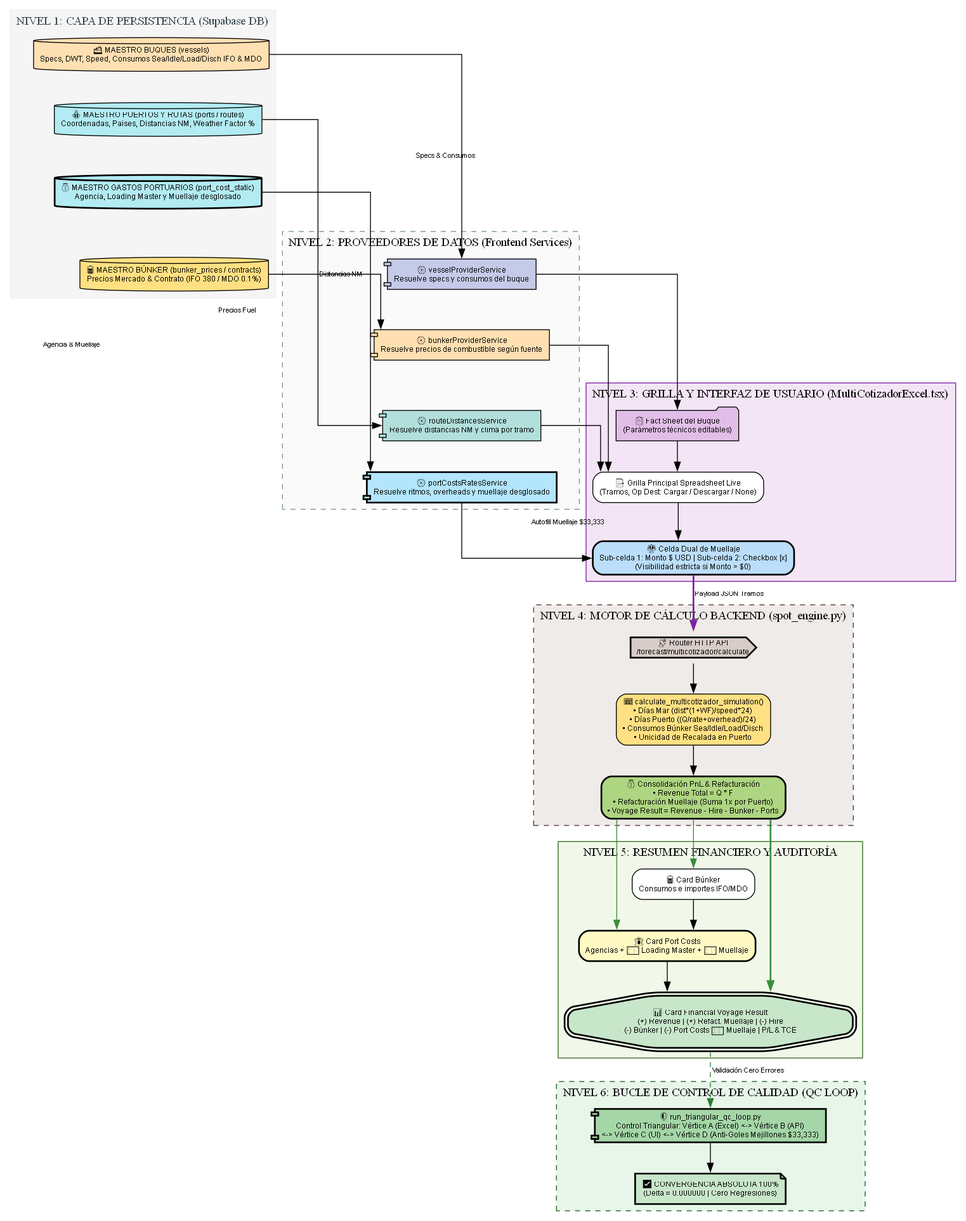
The Graphviz diagram Desarrollo.Profesional/Obsidian.Refactorizacion.Multicotizador/FLUJOGRAMA_Arquitectura_Multicotizador_V1.png in RichGutz/PETRAL.SMART.DASHBOARD, before a commit. Its source is kept beside it as Desarrollo.Profesional/Obsidian.Refactorizacion.Multicotizador/FLUJOGRAMA_Arquitectura_Multicotizador_V1.dot.
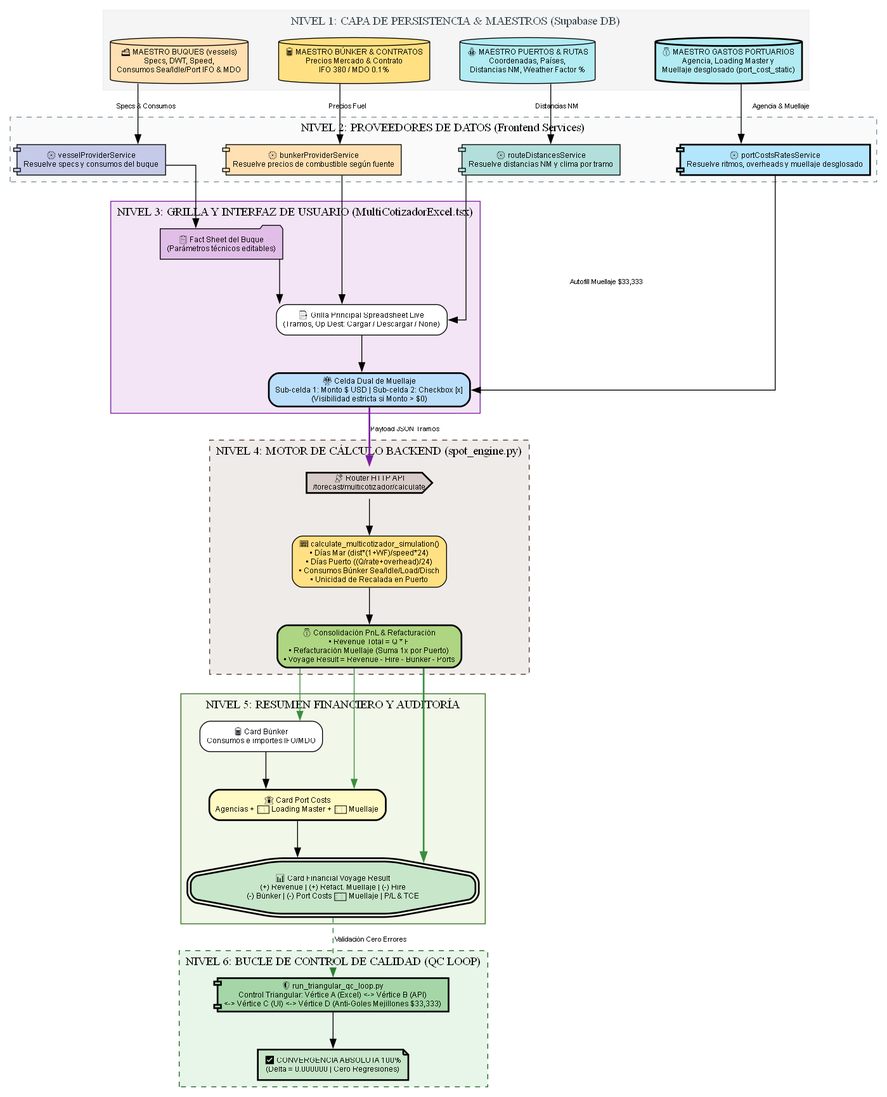
Later version of the same file.

Commit message:
docs(architecture): formatear Nivel 1 (Persistencia DB) y Nivel 2 en filas horizontales alineadas (rank=same)

What changed in the source:
```diff
@@ -1,23 +1,25 @@
 digraph MulticotizadorCascadeV1 {
     rankdir=TB;
     splines=ortho;
-    nodesep=0.4;
-    ranksep=0.5;
+    nodesep=0.5;
+    ranksep=0.6;
 
     node [shape=box, style="filled,rounded", fontname="Arial", fontsize=9];
     edge [fontname="Arial", fontsize=8];
 
     # ==========================================
-    #  NIVEL 1: CAPA DE PERSISTENCIA (DATOS FUENTE)
+    #  NIVEL 1: CAPA DE PERSISTENCIA (FILA HORIZONTAL)
     # ==========================================
     subgraph cluster_lvl1 {
-        label = "NIVEL 1: CAPA DE PERSISTENCIA (Supabase DB)";
+        label = "NIVEL 1: CAPA DE PERSISTENCIA & MAESTROS (Supabase DB)";
         style="filled"; color="#ECEFF1"; fontcolor="#37474F"; fillcolor="#F5F5F5";
 
-        DB_Vessels [label="🚢 MAESTRO BUQUES (vessels)\nSpecs, DWT, Speed, Consumos Sea/Idle/Load/Disch IFO & MDO", shape=cylinder, fillcolor="#FFE0B2"];
-        DB_Ports [label="⚓ MAESTRO PUERTOS Y RUTAS (ports / routes)\nCoordenadas, Países, Distancias NM, Weather Factor %", shape=cylinder, fillcolor="#B2EBF2"];
-        DB_PortCosts [label="💰 MAESTRO GASTOS PORTUARIOS (port_cost_static)\nAgencia, Loading Master y Muellaje desglosado", shape=cylinder, fillcolor="#B2EBF2", penwidth=2];
-        DB_Bunker [label="🛢️ MAESTRO BÚNKER (bunker_prices / contracts)\nPrecios Mercado & Contrato (IFO 380 / MDO 0.1%)", shape=cylinder, fillcolor="#FFE082"];
+        { rank=same; DB_Vessels; DB_Ports; DB_PortCosts; DB_Bunker; }
+
+        DB_Vessels [label="🚢 MAESTRO BUQUES (vessels)\nSpecs, DWT, Speed,\nConsumos Sea/Idle/Port IFO & MDO", shape=cylinder, fillcolor="#FFE0B2"];
+        DB_Ports [label="⚓ MAESTRO PUERTOS & RUTAS\nCoordenadas, Países,\nDistancias NM, Weather Factor %", shape=cylinder, fillcolor="#B2EBF2"];
+        DB_PortCosts [label="💰 MAESTRO GASTOS PORTUARIOS\nAgencia, Loading Master y\nMuellaje desglosado (port_cost_static)", shape=cylinder, fillcolor="#B2EBF2", penwidth=2];
+        DB_Bunker [label="🛢️ MAESTRO BÚNKER & CONTRATOS\nPrecios Mercado & Contrato\nIFO 380 / MDO 0.1%", shape=cylinder, fillcolor="#FFE082"];
 
         DB_Vessels -> DB_Ports -> DB_PortCosts -> DB_Bunker [style=invis];
     }
@@ -28,6 +30,8 @@
     subgraph cluster_lvl2 {
         label = "NIVEL 2: PROVEEDORES DE DATOS (Frontend Services)";
         style="filled,dashed"; color="#78909C"; fillcolor="#FAFAFA";
+
+        { rank=same; S_Vessel; S_Bunker; S_Route; S_Port; }
 
         S_Vessel [label="⚙️ vesselProviderService\nResuelve specs y consumos del buque", shape=component, fillcolor="#C5CAE9"];
         S_Bunker [label="⚙️ bunkerProviderService\nResuelve precios de combustible según fuente", shape=component, fillcolor="#FFE0B2"];
```
